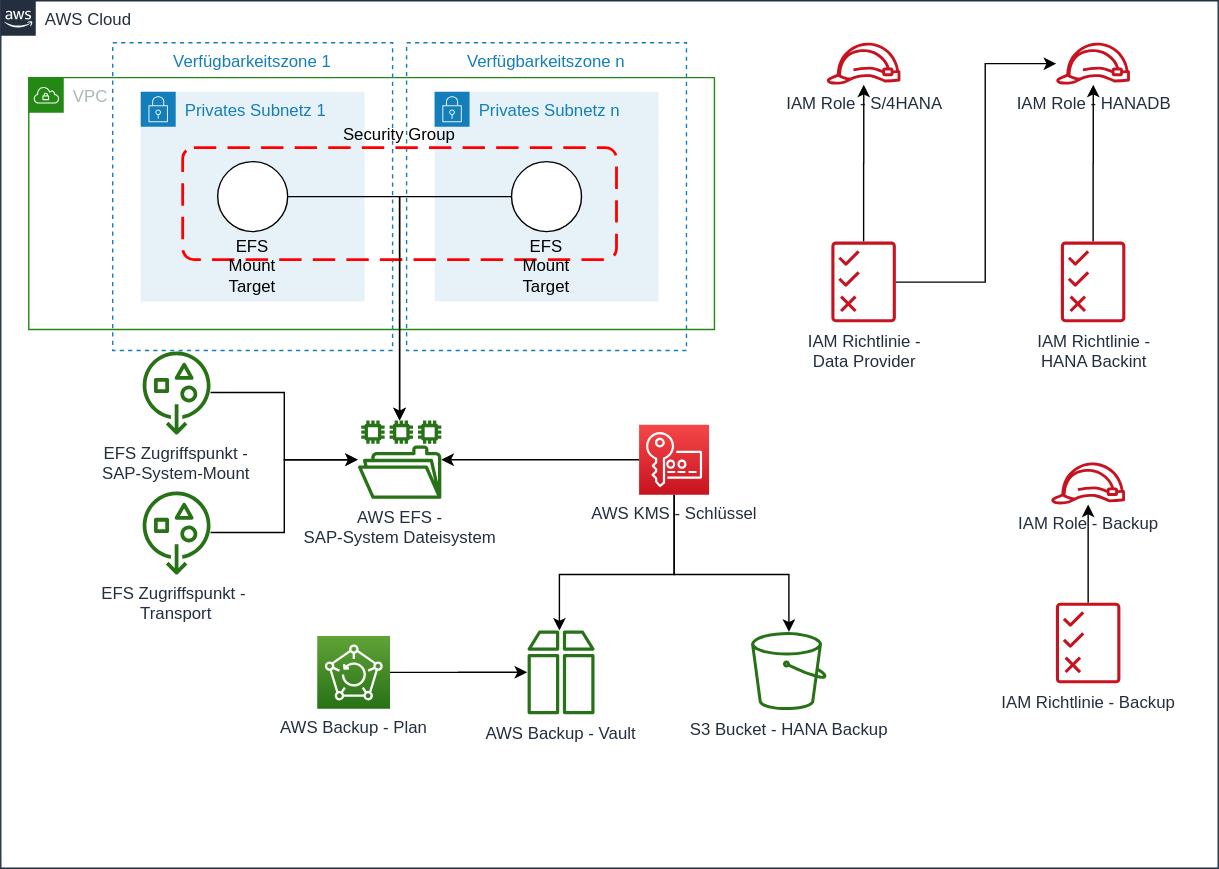
FlorianL-Git/aws-sap-iac keeps this draw.io diagram as modules/systemshared/images/Architecture.svg. Above is the earlier version. Source tidied: cells renumbered, new cells last; positions are measured from the earlier drawing's top-left corner, leaving out a move shared by most shapes. Its diagram source:
```xml
<mxGraphModel>
  <root>
    <mxCell id="0" />
    <mxCell id="1" parent="0" />
    <mxCell id="2" value="AWS Cloud" style="gradientColor=none;html=1;whiteSpace=wrap;fontSize=12;fontStyle=0;shape=mxgraph.aws4.group;grIcon=mxgraph.aws4.group_aws_cloud_alt;strokeColor=#232F3E;fillColor=none;verticalAlign=top;align=left;spacingLeft=30;fontColor=#232F3E;dashed=0;" parent="1" vertex="1">
      <mxGeometry width="870" height="620" as="geometry" />
    </mxCell>
    <mxCell id="3" value="VPC" style="gradientColor=none;html=1;whiteSpace=wrap;fontSize=12;fontStyle=0;shape=mxgraph.aws4.group;grIcon=mxgraph.aws4.group_vpc;strokeColor=#248814;fillColor=none;verticalAlign=top;align=left;spacingLeft=30;fontColor=#AAB7B8;dashed=0;" parent="1" vertex="1">
      <mxGeometry x="20" y="55" width="490" height="180" as="geometry" />
    </mxCell>
    <mxCell id="4" value="Verfügbarkeitszone n" style="fillColor=none;strokeColor=#147EBA;dashed=1;verticalAlign=top;fontStyle=0;fontColor=#147EBA;" parent="1" vertex="1">
      <mxGeometry x="290" y="30" width="200" height="220" as="geometry" />
    </mxCell>
    <mxCell id="5" value="Verfügbarkeitszone 1" style="fillColor=none;strokeColor=#147EBA;dashed=1;verticalAlign=top;fontStyle=0;fontColor=#147EBA;" parent="1" vertex="1">
      <mxGeometry x="80" y="30" width="200" height="220" as="geometry" />
    </mxCell>
    <mxCell id="6" value="Privates Subnetz n" style="gradientColor=none;html=1;whiteSpace=wrap;fontSize=12;fontStyle=0;shape=mxgraph.aws4.group;grIcon=mxgraph.aws4.group_security_group;grStroke=0;strokeColor=#147EBA;fillColor=#E6F2F8;verticalAlign=top;align=left;spacingLeft=30;fontColor=#147EBA;dashed=0;" parent="1" vertex="1">
      <mxGeometry x="310" y="65" width="160" height="150" as="geometry" />
    </mxCell>
    <mxCell id="7" value="Privates Subnetz 1" style="gradientColor=none;html=1;whiteSpace=wrap;fontSize=12;fontStyle=0;shape=mxgraph.aws4.group;grIcon=mxgraph.aws4.group_security_group;grStroke=0;strokeColor=#147EBA;fillColor=#E6F2F8;verticalAlign=top;align=left;spacingLeft=30;fontColor=#147EBA;dashed=0;" parent="1" vertex="1">
      <mxGeometry x="100" y="65" width="160" height="150" as="geometry" />
    </mxCell>
    <mxCell id="8" value="Security Group" style="rounded=1;arcSize=10;dashed=1;strokeColor=#ff0000;fillColor=none;gradientColor=none;dashPattern=8 4;strokeWidth=2;align=center;labelPosition=center;verticalLabelPosition=top;verticalAlign=bottom;" parent="1" vertex="1">
      <mxGeometry x="130" y="105" width="310" height="80" as="geometry" />
    </mxCell>
    <mxCell id="9" value="AWS Backup - Vault" style="outlineConnect=0;fontColor=#232F3E;gradientColor=none;fillColor=#277116;strokeColor=none;dashed=0;verticalLabelPosition=bottom;verticalAlign=top;align=center;html=1;fontSize=12;fontStyle=0;shape=mxgraph.aws4.archive;" parent="1" vertex="1">
      <mxGeometry x="376.1" y="450" width="48.5" height="60" as="geometry" />
    </mxCell>
    <mxCell id="10" style="edgeStyle=orthogonalEdgeStyle;rounded=0;jettySize=auto;html=1;" parent="1" edge="1" source="11" target="9">
      <mxGeometry relative="1" as="geometry" />
    </mxCell>
    <mxCell id="11" value="AWS Backup - Plan" style="outlineConnect=0;fontColor=#232F3E;gradientColor=#60A337;gradientDirection=north;fillColor=#277116;strokeColor=#ffffff;dashed=0;verticalLabelPosition=bottom;verticalAlign=top;align=center;html=1;fontSize=12;fontStyle=0;shape=mxgraph.aws4.resourceIcon;resIcon=mxgraph.aws4.backup;" parent="1" vertex="1">
      <mxGeometry x="226.1" y="454" width="52" height="52" as="geometry" />
    </mxCell>
    <mxCell id="12" style="edgeStyle=orthogonalEdgeStyle;rounded=0;jettySize=auto;html=1;" parent="1" edge="1" source="15" target="17">
      <mxGeometry relative="1" as="geometry" />
    </mxCell>
    <mxCell id="13" style="edgeStyle=orthogonalEdgeStyle;rounded=0;jettySize=auto;html=1;" parent="1" edge="1" source="15" target="16">
      <mxGeometry relative="1" as="geometry">
        <Array as="points">
          <mxPoint x="481.1" y="410" />
          <mxPoint x="563.1" y="410" />
        </Array>
      </mxGeometry>
    </mxCell>
    <mxCell id="14" style="edgeStyle=orthogonalEdgeStyle;rounded=0;jettySize=auto;html=1;" parent="1" edge="1" source="15" target="9">
      <mxGeometry relative="1" as="geometry">
        <Array as="points">
          <mxPoint x="481.1" y="410" />
          <mxPoint x="399.1" y="410" />
        </Array>
      </mxGeometry>
    </mxCell>
    <mxCell id="15" value="AWS KMS - Schlüssel" style="outlineConnect=0;fontColor=#232F3E;gradientColor=#F54749;gradientDirection=north;fillColor=#C7131F;strokeColor=#ffffff;dashed=0;verticalLabelPosition=bottom;verticalAlign=top;align=center;html=1;fontSize=12;fontStyle=0;shape=mxgraph.aws4.resourceIcon;resIcon=mxgraph.aws4.key_management_service;" parent="1" vertex="1">
      <mxGeometry x="456.1" y="303" width="50" height="50" as="geometry" />
    </mxCell>
    <mxCell id="16" value="S3 Bucket - HANA Backup" style="outlineConnect=0;fontColor=#232F3E;gradientColor=none;fillColor=#277116;strokeColor=none;dashed=0;verticalLabelPosition=bottom;verticalAlign=top;align=center;html=1;fontSize=12;fontStyle=0;shape=mxgraph.aws4.bucket;" parent="1" vertex="1">
      <mxGeometry x="536.1" y="451" width="53.9" height="56" as="geometry" />
    </mxCell>
    <mxCell id="17" value="AWS EFS - &lt;br&gt;SAP-System Dateisystem" style="outlineConnect=0;fontColor=#232F3E;gradientColor=none;fillColor=#277116;strokeColor=none;dashed=0;verticalLabelPosition=bottom;verticalAlign=top;align=center;html=1;fontSize=12;fontStyle=0;shape=mxgraph.aws4.file_system;" parent="1" vertex="1">
      <mxGeometry x="255.1" y="300" width="59.8" height="56" as="geometry" />
    </mxCell>
    <mxCell id="18" style="edgeStyle=orthogonalEdgeStyle;rounded=0;jettySize=auto;html=1;" parent="1" edge="1" source="19" target="17">
      <mxGeometry relative="1" as="geometry" />
    </mxCell>
    <mxCell id="19" value="EFS Zugriffspunkt - &lt;br&gt;SAP-System-Mount" style="outlineConnect=0;fontColor=#232F3E;gradientColor=none;fillColor=#277116;strokeColor=none;dashed=0;verticalLabelPosition=bottom;verticalAlign=top;align=center;html=1;fontSize=12;fontStyle=0;shape=mxgraph.aws4.general_access_points;" parent="1" vertex="1">
      <mxGeometry x="100" y="250" width="50" height="60" as="geometry" />
    </mxCell>
    <mxCell id="20" style="edgeStyle=orthogonalEdgeStyle;rounded=0;jettySize=auto;html=1;" parent="1" edge="1" source="21" target="17">
      <mxGeometry relative="1" as="geometry" />
    </mxCell>
    <mxCell id="21" value="EFS Zugriffspunkt -&amp;nbsp;&lt;br&gt;Transport" style="outlineConnect=0;fontColor=#232F3E;gradientColor=none;fillColor=#277116;strokeColor=none;dashed=0;verticalLabelPosition=bottom;verticalAlign=top;align=center;html=1;fontSize=12;fontStyle=0;shape=mxgraph.aws4.general_access_points;" parent="1" vertex="1">
      <mxGeometry x="100" y="350" width="50" height="60" as="geometry" />
    </mxCell>
    <mxCell id="22" value="IAM Role - Backup" style="outlineConnect=0;fontColor=#232F3E;gradientColor=none;fillColor=#C7131F;strokeColor=none;dashed=0;verticalLabelPosition=bottom;verticalAlign=top;align=center;html=1;fontSize=12;fontStyle=0;shape=mxgraph.aws4.role;" parent="1" vertex="1">
      <mxGeometry x="750.5" y="330" width="53.2" height="30" as="geometry" />
    </mxCell>
    <mxCell id="23" style="edgeStyle=orthogonalEdgeStyle;rounded=0;jettySize=auto;html=1;" parent="1" edge="1" source="24" target="22">
      <mxGeometry relative="1" as="geometry" />
    </mxCell>
    <mxCell id="24" value="IAM Richtlinie - Backup" style="outlineConnect=0;fontColor=#232F3E;gradientColor=none;fillColor=#C7131F;strokeColor=none;dashed=0;verticalLabelPosition=bottom;verticalAlign=top;align=center;html=1;fontSize=12;fontStyle=0;shape=mxgraph.aws4.permissions;" parent="1" vertex="1">
      <mxGeometry x="754" y="430" width="46.1" height="58" as="geometry" />
    </mxCell>
    <mxCell id="25" value="IAM Role - S/4HANA" style="outlineConnect=0;fontColor=#232F3E;gradientColor=none;fillColor=#C7131F;strokeColor=none;dashed=0;verticalLabelPosition=bottom;verticalAlign=top;align=center;html=1;fontSize=12;fontStyle=0;shape=mxgraph.aws4.role;" parent="1" vertex="1">
      <mxGeometry x="590" y="30" width="53.2" height="30" as="geometry" />
    </mxCell>
    <mxCell id="26" value="IAM Role - HANADB" style="outlineConnect=0;fontColor=#232F3E;gradientColor=none;fillColor=#C7131F;strokeColor=none;dashed=0;verticalLabelPosition=bottom;verticalAlign=top;align=center;html=1;fontSize=12;fontStyle=0;shape=mxgraph.aws4.role;" parent="1" vertex="1">
      <mxGeometry x="754" y="30" width="53.2" height="30" as="geometry" />
    </mxCell>
    <mxCell id="27" style="edgeStyle=orthogonalEdgeStyle;rounded=0;jettySize=auto;html=1;" parent="1" edge="1" source="29" target="25">
      <mxGeometry relative="1" as="geometry" />
    </mxCell>
    <mxCell id="28" style="edgeStyle=orthogonalEdgeStyle;rounded=0;jettySize=auto;html=1;" parent="1" edge="1" source="29" target="26">
      <mxGeometry relative="1" as="geometry">
        <Array as="points">
          <mxPoint x="703.5" y="201" />
          <mxPoint x="703.5" y="45" />
        </Array>
      </mxGeometry>
    </mxCell>
    <mxCell id="29" value="IAM Richtlinie - &lt;br&gt;Data Provider" style="outlineConnect=0;fontColor=#232F3E;gradientColor=none;fillColor=#C7131F;strokeColor=none;dashed=0;verticalLabelPosition=bottom;verticalAlign=top;align=center;html=1;fontSize=12;fontStyle=0;shape=mxgraph.aws4.permissions;" parent="1" vertex="1">
      <mxGeometry x="593.5" y="172" width="46.1" height="58" as="geometry" />
    </mxCell>
    <mxCell id="30" style="edgeStyle=orthogonalEdgeStyle;rounded=0;jettySize=auto;html=1;" parent="1" edge="1" source="31" target="26">
      <mxGeometry relative="1" as="geometry" />
    </mxCell>
    <mxCell id="31" value="IAM Richtlinie - &lt;br&gt;HANA Backint" style="outlineConnect=0;fontColor=#232F3E;gradientColor=none;fillColor=#C7131F;strokeColor=none;dashed=0;verticalLabelPosition=bottom;verticalAlign=top;align=center;html=1;fontSize=12;fontStyle=0;shape=mxgraph.aws4.permissions;" parent="1" vertex="1">
      <mxGeometry x="757.5" y="172" width="46.1" height="58" as="geometry" />
    </mxCell>
    <mxCell id="32" style="edgeStyle=orthogonalEdgeStyle;rounded=0;jettySize=auto;html=1;" parent="1" edge="1" source="33" target="17">
      <mxGeometry relative="1" as="geometry" />
    </mxCell>
    <mxCell id="33" value="EFS Mount Target" style="ellipse;whiteSpace=wrap;html=1;verticalAlign=middle;labelPosition=center;verticalLabelPosition=bottom;align=center;horizontal=1;" parent="1" vertex="1">
      <mxGeometry x="155" y="115" width="50" height="50" as="geometry" />
    </mxCell>
    <mxCell id="34" style="edgeStyle=orthogonalEdgeStyle;rounded=0;jettySize=auto;html=1;" parent="1" edge="1" source="35" target="17">
      <mxGeometry relative="1" as="geometry" />
    </mxCell>
    <mxCell id="35" value="EFS Mount Target" style="ellipse;whiteSpace=wrap;html=1;verticalAlign=middle;labelPosition=center;verticalLabelPosition=bottom;align=center;horizontal=1;" parent="1" vertex="1">
      <mxGeometry x="365" y="115" width="50" height="50" as="geometry" />
    </mxCell>
  </root>
</mxGraphModel>
```
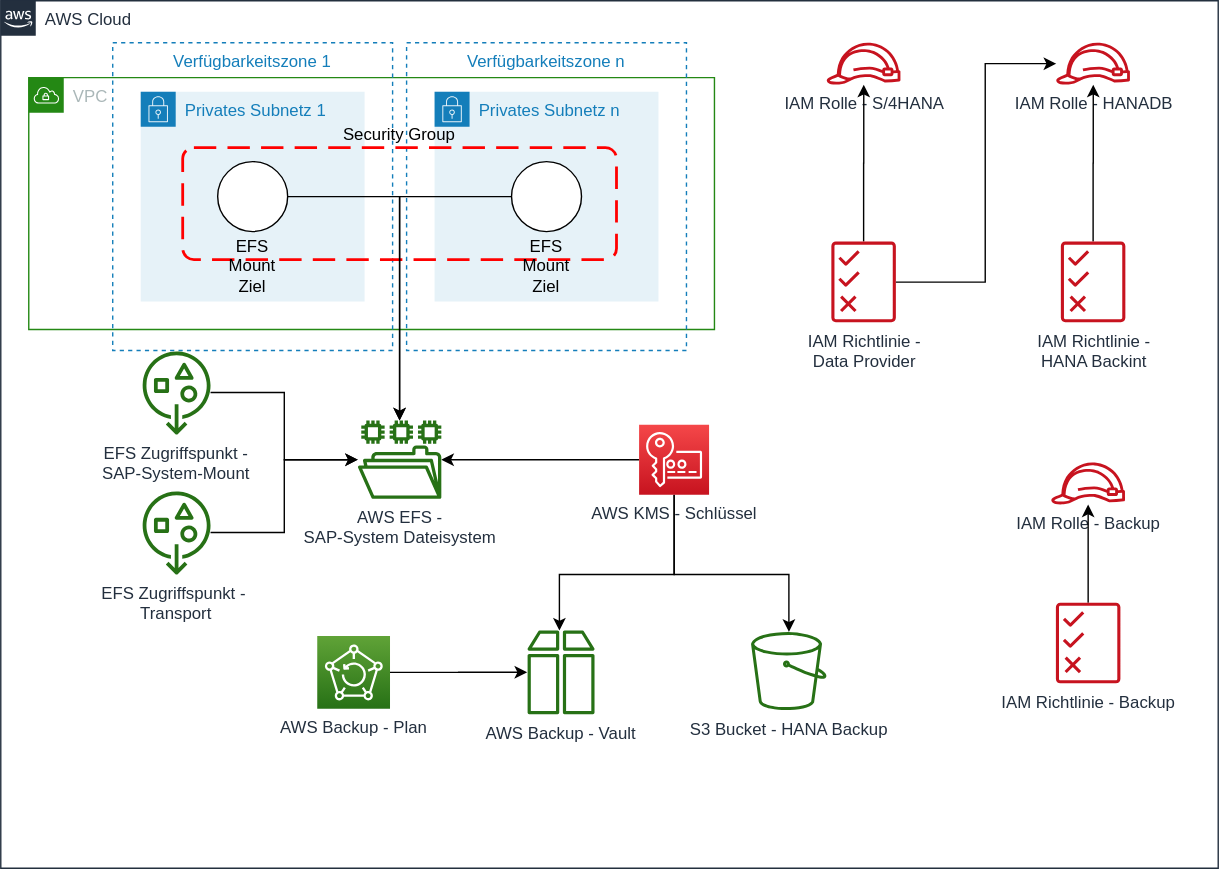
After the commit.

Commit message:
Role -> Rolle

What changed in the source:
```diff
@@ -72,7 +72,7 @@
     <mxCell id="21" value="EFS Zugriffspunkt -&amp;nbsp;&lt;br&gt;Transport" style="outlineConnect=0;fontColor=#232F3E;gradientColor=none;fillColor=#277116;strokeColor=none;dashed=0;verticalLabelPosition=bottom;verticalAlign=top;align=center;html=1;fontSize=12;fontStyle=0;shape=mxgraph.aws4.general_access_points;" parent="1" vertex="1">
       <mxGeometry x="100" y="350" width="50" height="60" as="geometry" />
     </mxCell>
-    <mxCell id="22" value="IAM Role - Backup" style="outlineConnect=0;fontColor=#232F3E;gradientColor=none;fillColor=#C7131F;strokeColor=none;dashed=0;verticalLabelPosition=bottom;verticalAlign=top;align=center;html=1;fontSize=12;fontStyle=0;shape=mxgraph.aws4.role;" parent="1" vertex="1">
+    <mxCell id="22" value="IAM Rolle - Backup" style="outlineConnect=0;fontColor=#232F3E;gradientColor=none;fillColor=#C7131F;strokeColor=none;dashed=0;verticalLabelPosition=bottom;verticalAlign=top;align=center;html=1;fontSize=12;fontStyle=0;shape=mxgraph.aws4.role;" parent="1" vertex="1">
       <mxGeometry x="750.5" y="330" width="53.2" height="30" as="geometry" />
     </mxCell>
     <mxCell id="23" style="edgeStyle=orthogonalEdgeStyle;rounded=0;jettySize=auto;html=1;" parent="1" edge="1" source="24" target="22">
@@ -81,10 +81,10 @@
     <mxCell id="24" value="IAM Richtlinie - Backup" style="outlineConnect=0;fontColor=#232F3E;gradientColor=none;fillColor=#C7131F;strokeColor=none;dashed=0;verticalLabelPosition=bottom;verticalAlign=top;align=center;html=1;fontSize=12;fontStyle=0;shape=mxgraph.aws4.permissions;" parent="1" vertex="1">
       <mxGeometry x="754" y="430" width="46.1" height="58" as="geometry" />
     </mxCell>
-    <mxCell id="25" value="IAM Role - S/4HANA" style="outlineConnect=0;fontColor=#232F3E;gradientColor=none;fillColor=#C7131F;strokeColor=none;dashed=0;verticalLabelPosition=bottom;verticalAlign=top;align=center;html=1;fontSize=12;fontStyle=0;shape=mxgraph.aws4.role;" parent="1" vertex="1">
+    <mxCell id="25" value="IAM Rolle - S/4HANA" style="outlineConnect=0;fontColor=#232F3E;gradientColor=none;fillColor=#C7131F;strokeColor=none;dashed=0;verticalLabelPosition=bottom;verticalAlign=top;align=center;html=1;fontSize=12;fontStyle=0;shape=mxgraph.aws4.role;" parent="1" vertex="1">
       <mxGeometry x="590" y="30" width="53.2" height="30" as="geometry" />
     </mxCell>
-    <mxCell id="26" value="IAM Role - HANADB" style="outlineConnect=0;fontColor=#232F3E;gradientColor=none;fillColor=#C7131F;strokeColor=none;dashed=0;verticalLabelPosition=bottom;verticalAlign=top;align=center;html=1;fontSize=12;fontStyle=0;shape=mxgraph.aws4.role;" parent="1" vertex="1">
+    <mxCell id="26" value="IAM Rolle - HANADB" style="outlineConnect=0;fontColor=#232F3E;gradientColor=none;fillColor=#C7131F;strokeColor=none;dashed=0;verticalLabelPosition=bottom;verticalAlign=top;align=center;html=1;fontSize=12;fontStyle=0;shape=mxgraph.aws4.role;" parent="1" vertex="1">
       <mxGeometry x="754" y="30" width="53.2" height="30" as="geometry" />
     </mxCell>
     <mxCell id="27" style="edgeStyle=orthogonalEdgeStyle;rounded=0;jettySize=auto;html=1;" parent="1" edge="1" source="29" target="25">
@@ -110,13 +110,13 @@
     <mxCell id="32" style="edgeStyle=orthogonalEdgeStyle;rounded=0;jettySize=auto;html=1;" parent="1" edge="1" source="33" target="17">
       <mxGeometry relative="1" as="geometry" />
     </mxCell>
-    <mxCell id="33" value="EFS Mount Target" style="ellipse;whiteSpace=wrap;html=1;verticalAlign=middle;labelPosition=center;verticalLabelPosition=bottom;align=center;horizontal=1;" parent="1" vertex="1">
+    <mxCell id="33" value="EFS Mount Ziel" style="ellipse;whiteSpace=wrap;html=1;verticalAlign=middle;labelPosition=center;verticalLabelPosition=bottom;align=center;horizontal=1;" parent="1" vertex="1">
       <mxGeometry x="155" y="115" width="50" height="50" as="geometry" />
     </mxCell>
     <mxCell id="34" style="edgeStyle=orthogonalEdgeStyle;rounded=0;jettySize=auto;html=1;" parent="1" edge="1" source="35" target="17">
       <mxGeometry relative="1" as="geometry" />
     </mxCell>
-    <mxCell id="35" value="EFS Mount Target" style="ellipse;whiteSpace=wrap;html=1;verticalAlign=middle;labelPosition=center;verticalLabelPosition=bottom;align=center;horizontal=1;" parent="1" vertex="1">
+    <mxCell id="35" value="EFS Mount Ziel" style="ellipse;whiteSpace=wrap;html=1;verticalAlign=middle;labelPosition=center;verticalLabelPosition=bottom;align=center;horizontal=1;" parent="1" vertex="1">
       <mxGeometry x="365" y="115" width="50" height="50" as="geometry" />
     </mxCell>
   </root>
```
